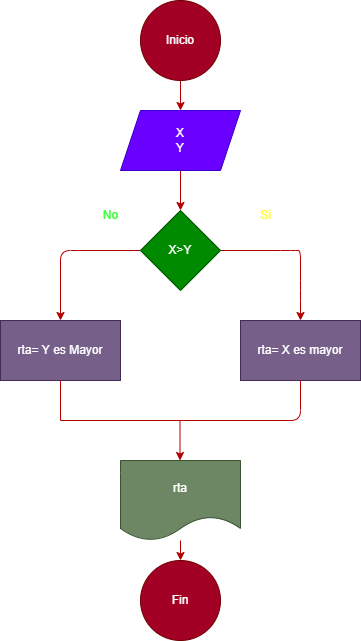
Pati-pa/VerifIcar-si-X-y-Y-son-mayor-o-menor keeps this draw.io diagram as diagrama.png. Above is the earlier version. Source tidied: cells renumbered, new cells last; positions are measured from the earlier drawing's top-left corner, leaving out a move shared by most shapes.
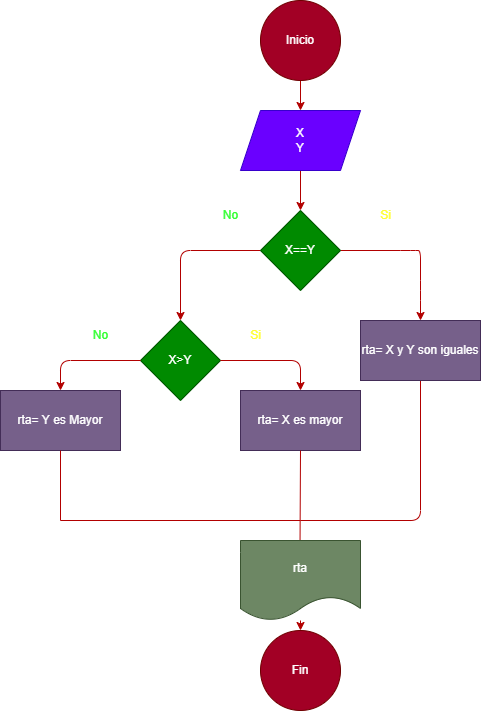
After the change.

Commit message:
Se implemento cuando los dos valores fueran iguales

Change to the diagram source:
```diff
@@ -32,7 +32,7 @@
         </Array>
       </mxGeometry>
     </mxCell>
-    <mxCell id="8" value="X&amp;gt;Y" style="rhombus;whiteSpace=wrap;html=1;fillColor=#008a00;fontColor=#ffffff;strokeColor=#005700;" parent="1" vertex="1">
+    <mxCell id="8" value="X==Y" style="rhombus;whiteSpace=wrap;html=1;fillColor=#008a00;fontColor=#ffffff;strokeColor=#005700;" parent="1" vertex="1">
       <mxGeometry x="140" y="210" width="80" height="80" as="geometry" />
     </mxCell>
     <mxCell id="9" value="&lt;font color=&quot;#33ff33&quot;&gt;No&lt;/font&gt;" style="text;html=1;align=center;verticalAlign=middle;strokeColor=none;fillColor=none;" parent="1" vertex="1">
@@ -42,41 +42,70 @@
       <mxGeometry x="250" y="200" width="30" height="30" as="geometry" />
     </mxCell>
     <mxCell id="11" value="rta= Y es Mayor" style="rounded=0;whiteSpace=wrap;html=1;strokeColor=#432D57;fontFamily=Helvetica;fontSize=12;fontColor=#ffffff;fillColor=#76608a;" parent="1" vertex="1">
-      <mxGeometry y="320" width="120" height="60" as="geometry" />
+      <mxGeometry x="-120" y="390" width="120" height="60" as="geometry" />
     </mxCell>
     <mxCell id="12" value="rta= X es mayor" style="rounded=0;whiteSpace=wrap;html=1;strokeColor=#432D57;fontFamily=Helvetica;fontSize=12;fontColor=#ffffff;fillColor=#76608a;" parent="1" vertex="1">
-      <mxGeometry x="240" y="320" width="120" height="60" as="geometry" />
+      <mxGeometry x="120" y="390" width="120" height="60" as="geometry" />
     </mxCell>
-    <mxCell id="13" style="edgeStyle=none;html=1;fillColor=#e51400;strokeColor=#B20000;endArrow=none;endFill=0;exitX=0.5;exitY=1;exitDx=0;exitDy=0;" parent="1" edge="1" source="12">
+    <mxCell id="13" style="edgeStyle=none;html=1;fillColor=#e51400;strokeColor=#B20000;endArrow=none;endFill=0;" parent="1" edge="1">
       <mxGeometry relative="1" as="geometry">
-        <mxPoint x="180" y="420" as="targetPoint" />
+        <mxPoint x="300" y="380" as="sourcePoint" />
+        <mxPoint x="180" y="520" as="targetPoint" />
         <Array as="points">
-          <mxPoint x="300" y="420" />
+          <mxPoint x="300" y="520" />
         </Array>
       </mxGeometry>
     </mxCell>
-    <mxCell id="14" style="edgeStyle=none;html=1;fillColor=#e51400;strokeColor=#B20000;rounded=0;endArrow=none;endFill=0;exitX=0.5;exitY=1;exitDx=0;exitDy=0;" parent="1" edge="1" source="11">
+    <mxCell id="14" style="edgeStyle=none;html=1;fillColor=#e51400;strokeColor=#B20000;rounded=0;endArrow=none;endFill=0;" parent="1" edge="1">
       <mxGeometry relative="1" as="geometry">
-        <mxPoint x="180" y="420" as="targetPoint" />
+        <mxPoint x="-60" y="450" as="sourcePoint" />
+        <mxPoint x="180" y="520" as="targetPoint" />
         <Array as="points">
-          <mxPoint x="60" y="420" />
+          <mxPoint x="-60" y="520" />
         </Array>
       </mxGeometry>
     </mxCell>
-    <mxCell id="15" style="endArrow=classic;html=1;rounded=0;fontColor=#FFFF33;fillColor=#e51400;strokeColor=#B20000;" parent="1" edge="1">
+    <mxCell id="15" style="endArrow=classic;html=1;rounded=0;fontColor=#FFFF33;fillColor=#e51400;strokeColor=#B20000;exitX=0.5;exitY=1;exitDx=0;exitDy=0;" parent="1" edge="1" source="12">
       <mxGeometry relative="1" as="geometry">
-        <mxPoint x="179.5" y="420" as="sourcePoint" />
-        <mxPoint x="179.5" y="460" as="targetPoint" />
+        <mxPoint x="179.5" y="550" as="targetPoint" />
       </mxGeometry>
     </mxCell>
     <mxCell id="16" style="edgeStyle=none;html=1;fillColor=#e51400;strokeColor=#B20000;" parent="1" edge="1" source="17" target="18">
       <mxGeometry relative="1" as="geometry" />
     </mxCell>
     <mxCell id="17" value="rta" style="shape=document;whiteSpace=wrap;html=1;boundedLbl=1;fillColor=#6d8764;fontColor=#ffffff;strokeColor=#3A5431;" parent="1" vertex="1">
-      <mxGeometry x="120" y="460" width="120" height="80" as="geometry" />
+      <mxGeometry x="120" y="540" width="120" height="80" as="geometry" />
     </mxCell>
     <mxCell id="18" value="Fin" style="ellipse;whiteSpace=wrap;html=1;fillColor=#a20025;fontColor=#ffffff;strokeColor=#6F0000;" parent="1" vertex="1">
-      <mxGeometry x="140" y="560" width="80" height="80" as="geometry" />
+      <mxGeometry x="140" y="630" width="80" height="80" as="geometry" />
     </mxCell>
+    <mxCell id="19" value="X&amp;gt;Y" style="rhombus;whiteSpace=wrap;html=1;fillColor=#008a00;fontColor=#ffffff;strokeColor=#005700;" parent="1" vertex="1">
+      <mxGeometry x="20" y="320" width="80" height="80" as="geometry" />
+    </mxCell>
+    <mxCell id="20" style="edgeStyle=none;html=1;fillColor=#e51400;strokeColor=#B20000;" parent="1" edge="1" target="11">
+      <mxGeometry relative="1" as="geometry">
+        <mxPoint x="20" y="360" as="sourcePoint" />
+        <Array as="points">
+          <mxPoint x="-60" y="360" />
+        </Array>
+      </mxGeometry>
+    </mxCell>
+    <mxCell id="21" style="edgeStyle=none;html=1;fillColor=#e51400;strokeColor=#B20000;entryX=0.5;entryY=0;entryDx=0;entryDy=0;" parent="1" edge="1" target="12">
+      <mxGeometry relative="1" as="geometry">
+        <mxPoint x="100" y="360" as="sourcePoint" />
+        <Array as="points">
+          <mxPoint x="180" y="360" />
+        </Array>
+      </mxGeometry>
+    </mxCell>
+    <mxCell id="22" value="&lt;font color=&quot;#ffff33&quot;&gt;Si&lt;/font&gt;" style="text;html=1;align=center;verticalAlign=middle;strokeColor=none;fillColor=none;" parent="1" vertex="1">
+      <mxGeometry x="120" y="320" width="30" height="30" as="geometry" />
+    </mxCell>
+    <mxCell id="23" value="&lt;font color=&quot;#33ff33&quot;&gt;No&lt;/font&gt;" style="text;html=1;align=center;verticalAlign=middle;strokeColor=none;fillColor=none;" parent="1" vertex="1">
+      <mxGeometry x="-40" y="320" width="40" height="30" as="geometry" />
+    </mxCell>
+    <mxCell id="24" value="rta= X y Y son iguales" style="rounded=0;whiteSpace=wrap;html=1;strokeColor=#432D57;fontFamily=Helvetica;fontSize=12;fontColor=#ffffff;fillColor=#76608a;" parent="1" vertex="1">
+      <mxGeometry x="240" y="320" width="120" height="60" as="geometry" />
+    </mxCell>
   </root>
 </mxGraphModel>
```
